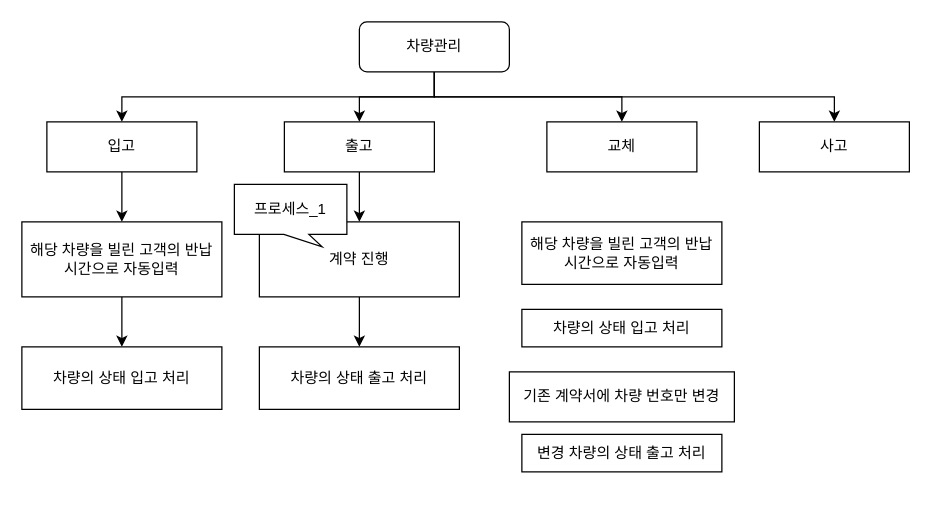
This is PC Diagram.drawio from champ-bc/First-project, a draw.io file, before an edit. Source tidied: cells renumbered, new cells numbered last; positions are measured from the earlier drawing's top-left corner, leaving out a move shared by most shapes. Both pictures are drawn from the tidied source at 125%, with x=0, y=0 at pixel (21, 21).
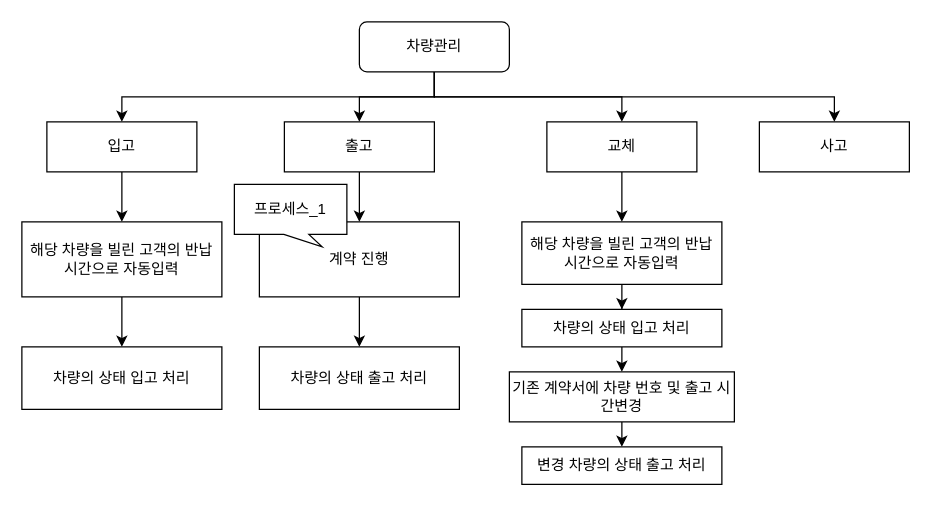
Above is the later version.

The change refers to these unchanged cells:
```xml
<mxCell id="11" value="교체" style="rounded=0;whiteSpace=wrap;html=1;" parent="1" vertex="1">
  <mxGeometry x="420" y="80" width="120" height="40" as="geometry" />
</mxCell>
<mxCell id="20" value="해당 차량을 빌린 고객의 반납 시간으로 자동입력" style="rounded=0;whiteSpace=wrap;html=1;" parent="1" vertex="1">
  <mxGeometry x="400" y="160" width="160" height="50" as="geometry" />
</mxCell>
<mxCell id="21" value="차량의 상태 입고 처리" style="rounded=0;whiteSpace=wrap;html=1;" parent="1" vertex="1">
  <mxGeometry x="400" y="230" width="160" height="30" as="geometry" />
</mxCell>
```

What changed in the source:
```diff
@@
+    <mxCell id="24" style="edgeStyle=orthogonalEdgeStyle;rounded=0;jettySize=auto;html=1;exitX=0.5;exitY=1;exitDx=0;exitDy=0;" parent="1" edge="1" source="11" target="20">
+      <mxGeometry relative="1" as="geometry" />
+    </mxCell>
@@
+    <mxCell id="25" style="edgeStyle=orthogonalEdgeStyle;rounded=0;jettySize=auto;html=1;exitX=0.5;exitY=1;exitDx=0;exitDy=0;" parent="1" edge="1" source="20" target="21">
+      <mxGeometry relative="1" as="geometry" />
+    </mxCell>
@@
+    <mxCell id="26" style="edgeStyle=orthogonalEdgeStyle;rounded=0;jettySize=auto;html=1;exitX=0.5;exitY=1;exitDx=0;exitDy=0;entryX=0.5;entryY=0;entryDx=0;entryDy=0;" parent="1" edge="1" source="21" target="22">
+      <mxGeometry relative="1" as="geometry" />
+    </mxCell>
@@
+    <mxCell id="27" style="edgeStyle=orthogonalEdgeStyle;rounded=0;jettySize=auto;html=1;exitX=0.5;exitY=1;exitDx=0;exitDy=0;entryX=0.5;entryY=0;entryDx=0;entryDy=0;" parent="1" edge="1" source="22" target="23">
+      <mxGeometry relative="1" as="geometry" />
+    </mxCell>
-    <mxCell id="22" value="기존 계약서에 차량 번호만 변경" style="rounded=0;whiteSpace=wrap;html=1;" parent="1" vertex="1">
+    <mxCell id="22" value="기존 계약서에 차량 번호 및 출고 시간변경" style="rounded=0;whiteSpace=wrap;html=1;" parent="1" vertex="1">
       <mxGeometry x="390" y="280" width="180" height="40" as="geometry" />
     </mxCell>
     <mxCell id="23" value="변경 차량의 상태 출고 처리" style="rounded=0;whiteSpace=wrap;html=1;" parent="1" vertex="1">
-      <mxGeometry x="400" y="330" width="160" height="30" as="geometry" />
+      <mxGeometry x="400" y="340" width="160" height="30" as="geometry" />
     </mxCell>
```
